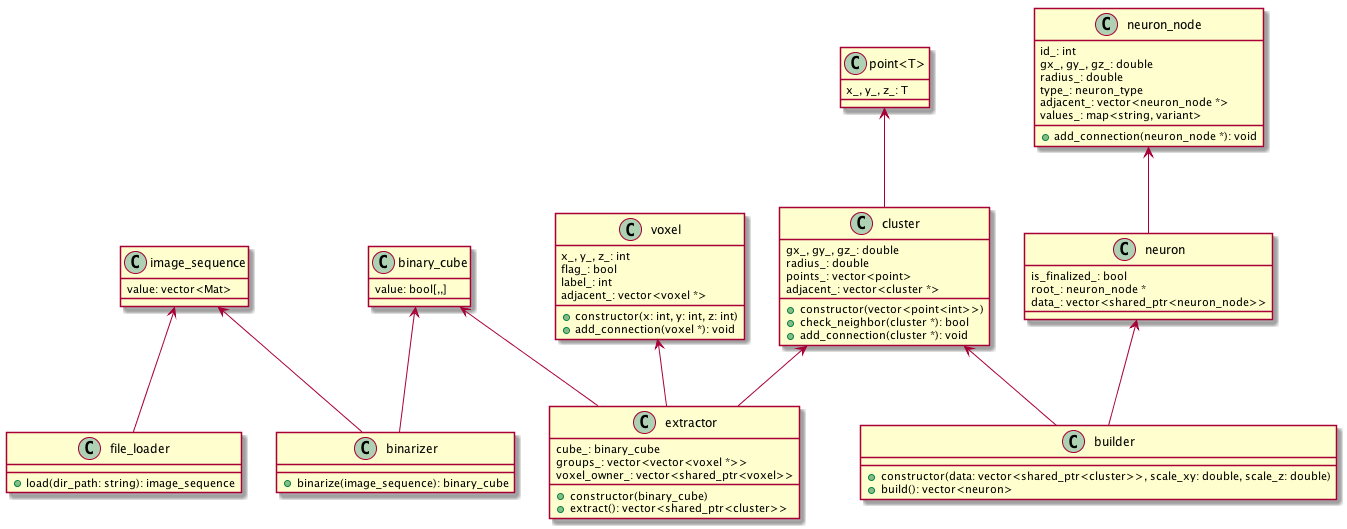
This is doc/class.png from arosh/Vaa3D-SIGEN, a PlantUML export, as it was before one commit.
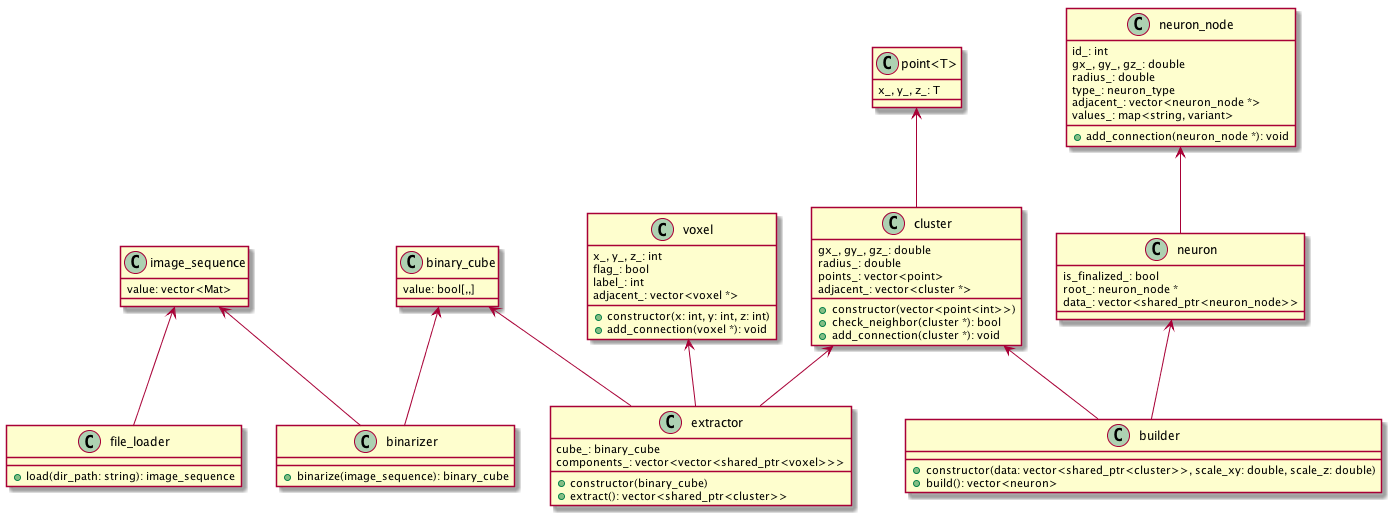
Later version of the same file.

Change to the diagram source:
```diff
@@ -13,8 +13,7 @@
 }
 class extractor {
   cube_: binary_cube
-  groups_: vector<vector<voxel *>>
-  voxel_owner_: vector<shared_ptr<voxel>>
+  components_: vector<vector<shared_ptr<voxel>>>
   +constructor(binary_cube)
   +extract(): vector<shared_ptr<cluster>>
 }
```
